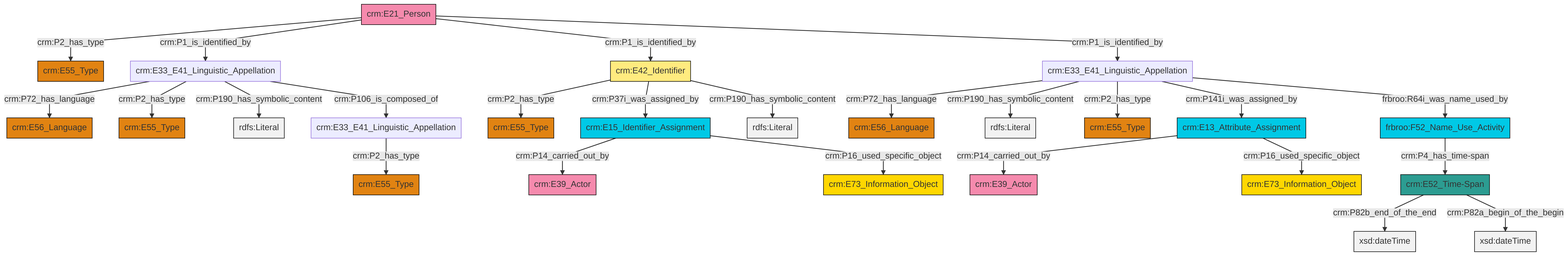
Earlier version of the Mermaid export et/personCSV/ttl/mmd/png/Person_Names_and_Classification.png (swiss-art-research-net/reference-data-models). Its source is kept beside it as et/personCSV/ttl/mmd/Person_Names_and_Classification.ttl.mmd.
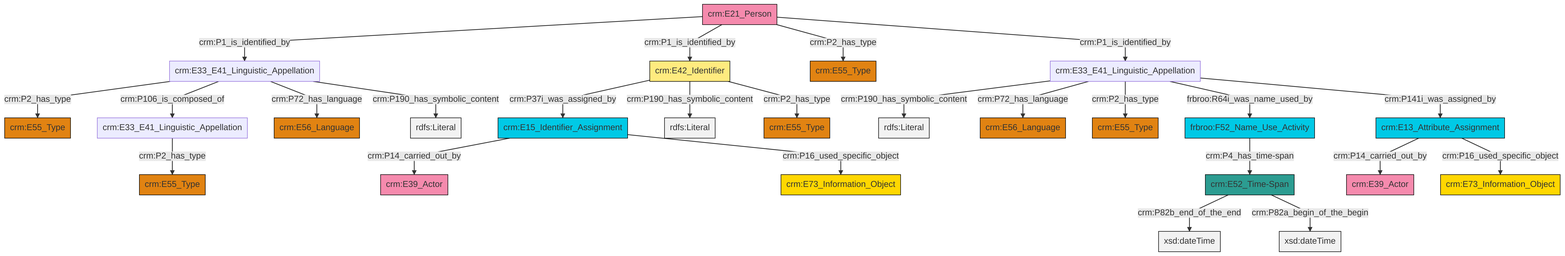
The same file after the commit.

What changed in the source:
```diff
@@ -13,27 +13,27 @@
 classDef PC_Classes fill:#4ce600, stroke:#000000;
 classDef Multi fill:#cccccc,stroke:#000000;
 
-2["crm:E42_Identifier"]:::Appellation -->|crm:P2_has_type| 3["crm:E55_Type"]:::Type
-4["crm:E33_E41_Linguistic_Appellation"]:::Default -->|crm:P72_has_language| 6["crm:E56_Language"]:::Type
-7["crm:E33_E41_Linguistic_Appellation"]:::Default -->|crm:P2_has_type| 8["crm:E55_Type"]:::Type
-4["crm:E33_E41_Linguistic_Appellation"]:::Default -->|crm:P190_has_symbolic_content| 17[rdfs:Literal]:::Literal
-18["crm:E33_E41_Linguistic_Appellation"]:::Default -->|crm:P72_has_language| 19["crm:E56_Language"]:::Type
-21["crm:E52_Time-Span"]:::Time-Span -->|crm:P82b_end_of_the_end| 22[xsd:dateTime]:::Literal
-18["crm:E33_E41_Linguistic_Appellation"]:::Default -->|crm:P2_has_type| 12["crm:E55_Type"]:::Type
-26["crm:E15_Identifier_Assignment"]:::Temporal_Entity -->|crm:P14_carried_out_by| 27["crm:E39_Actor"]:::Actor
-31["crm:E21_Person"]:::Actor -->|crm:P2_has_type| 23["crm:E55_Type"]:::Type
-32["crm:E13_Attribute_Assignment"]:::Temporal_Entity -->|crm:P14_carried_out_by| 0["crm:E39_Actor"]:::Actor
-4["crm:E33_E41_Linguistic_Appellation"]:::Default -->|crm:P2_has_type| 9["crm:E55_Type"]:::Type
-2["crm:E42_Identifier"]:::Appellation -->|crm:P37i_was_assigned_by| 26["crm:E15_Identifier_Assignment"]:::Temporal_Entity
-31["crm:E21_Person"]:::Actor -->|crm:P1_is_identified_by| 18["crm:E33_E41_Linguistic_Appellation"]:::Default
-32["crm:E13_Attribute_Assignment"]:::Temporal_Entity -->|crm:P16_used_specific_object| 36["crm:E73_Information_Object"]:::Conceptual_Object
-2["crm:E42_Identifier"]:::Appellation -->|crm:P190_has_symbolic_content| 37[rdfs:Literal]:::Literal
-15["frbroo:F52_Name_Use_Activity"]:::Temporal_Entity -->|crm:P4_has_time-span| 21["crm:E52_Time-Span"]:::Time-Span
-4["crm:E33_E41_Linguistic_Appellation"]:::Default -->|crm:P141i_was_assigned_by| 32["crm:E13_Attribute_Assignment"]:::Temporal_Entity
-31["crm:E21_Person"]:::Actor -->|crm:P1_is_identified_by| 2["crm:E42_Identifier"]:::Appellation
-26["crm:E15_Identifier_Assignment"]:::Temporal_Entity -->|crm:P16_used_specific_object| 38["crm:E73_Information_Object"]:::Conceptual_Object
-18["crm:E33_E41_Linguistic_Appellation"]:::Default -->|crm:P190_has_symbolic_content| 40[rdfs:Literal]:::Literal
-21["crm:E52_Time-Span"]:::Time-Span -->|crm:P82a_begin_of_the_begin| 41[xsd:dateTime]:::Literal
-18["crm:E33_E41_Linguistic_Appellation"]:::Default -->|crm:P106_is_composed_of| 7["crm:E33_E41_Linguistic_Appellation"]:::Default
-4["crm:E33_E41_Linguistic_Appellation"]:::Default -->|frbroo:R64i_was_name_used_by| 15["frbroo:F52_Name_Use_Activity"]:::Temporal_Entity
-31["crm:E21_Person"]:::Actor -->|crm:P1_is_identified_by| 4["crm:E33_E41_Linguistic_Appellation"]:::Default
+0["crm:E33_E41_Linguistic_Appellation"]:::Default -->|crm:P190_has_symbolic_content| 1[rdfs:Literal]:::Literal
+2["crm:E33_E41_Linguistic_Appellation"]:::Default -->|crm:P2_has_type| 3["crm:E55_Type"]:::Type
+2["crm:E33_E41_Linguistic_Appellation"]:::Default -->|crm:P106_is_composed_of| 4["crm:E33_E41_Linguistic_Appellation"]:::Default
+0["crm:E33_E41_Linguistic_Appellation"]:::Default -->|crm:P72_has_language| 5["crm:E56_Language"]:::Type
+6["crm:E21_Person"]:::Actor -->|crm:P1_is_identified_by| 2["crm:E33_E41_Linguistic_Appellation"]:::Default
+7["crm:E42_Identifier"]:::Appellation -->|crm:P37i_was_assigned_by| 8["crm:E15_Identifier_Assignment"]:::Temporal_Entity
+8["crm:E15_Identifier_Assignment"]:::Temporal_Entity -->|crm:P14_carried_out_by| 9["crm:E39_Actor"]:::Actor
+10["crm:E13_Attribute_Assignment"]:::Temporal_Entity -->|crm:P14_carried_out_by| 11["crm:E39_Actor"]:::Actor
+2["crm:E33_E41_Linguistic_Appellation"]:::Default -->|crm:P72_has_language| 12["crm:E56_Language"]:::Type
+10["crm:E13_Attribute_Assignment"]:::Temporal_Entity -->|crm:P16_used_specific_object| 15["crm:E73_Information_Object"]:::Conceptual_Object
+17["crm:E52_Time-Span"]:::Time-Span -->|crm:P82b_end_of_the_end| 18[xsd:dateTime]:::Literal
+22["frbroo:F52_Name_Use_Activity"]:::Temporal_Entity -->|crm:P4_has_time-span| 17["crm:E52_Time-Span"]:::Time-Span
+7["crm:E42_Identifier"]:::Appellation -->|crm:P190_has_symbolic_content| 24[rdfs:Literal]:::Literal
+0["crm:E33_E41_Linguistic_Appellation"]:::Default -->|crm:P2_has_type| 27["crm:E55_Type"]:::Type
+6["crm:E21_Person"]:::Actor -->|crm:P1_is_identified_by| 7["crm:E42_Identifier"]:::Appellation
+8["crm:E15_Identifier_Assignment"]:::Temporal_Entity -->|crm:P16_used_specific_object| 30["crm:E73_Information_Object"]:::Conceptual_Object
+6["crm:E21_Person"]:::Actor -->|crm:P2_has_type| 31["crm:E55_Type"]:::Type
+7["crm:E42_Identifier"]:::Appellation -->|crm:P2_has_type| 37["crm:E55_Type"]:::Type
+6["crm:E21_Person"]:::Actor -->|crm:P1_is_identified_by| 0["crm:E33_E41_Linguistic_Appellation"]:::Default
+17["crm:E52_Time-Span"]:::Time-Span -->|crm:P82a_begin_of_the_begin| 42[xsd:dateTime]:::Literal
+0["crm:E33_E41_Linguistic_Appellation"]:::Default -->|frbroo:R64i_was_name_used_by| 22["frbroo:F52_Name_Use_Activity"]:::Temporal_Entity
+0["crm:E33_E41_Linguistic_Appellation"]:::Default -->|crm:P141i_was_assigned_by| 10["crm:E13_Attribute_Assignment"]:::Temporal_Entity
+2["crm:E33_E41_Linguistic_Appellation"]:::Default -->|crm:P190_has_symbolic_content| 46[rdfs:Literal]:::Literal
+4["crm:E33_E41_Linguistic_Appellation"]:::Default -->|crm:P2_has_type| 19["crm:E55_Type"]:::Type
```
